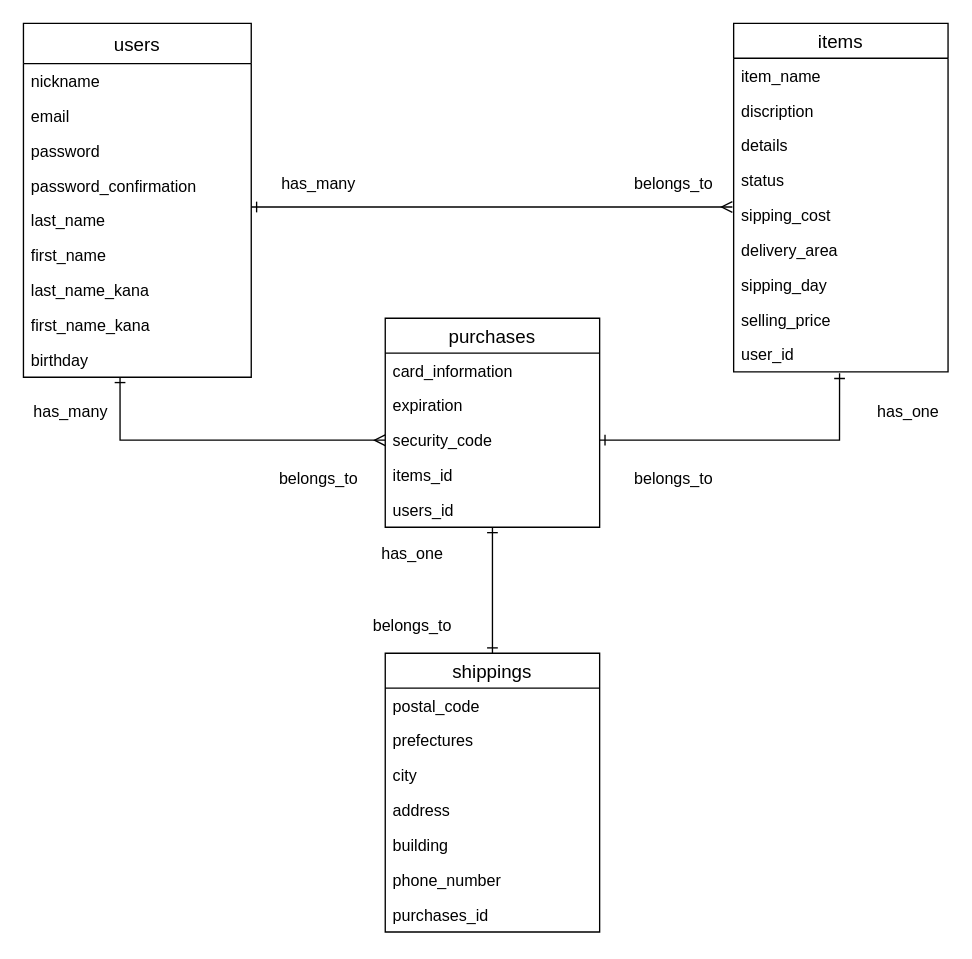
This is furima.dio from nao0313/furima-34535, a draw.io file, before an edit. Source tidied: cells renumbered, new cells numbered last; positions are measured from the earlier drawing's top-left corner, leaving out a move shared by most shapes. Both pictures are drawn from the tidied source at 134%, with x=0, y=0 at pixel (23, 23).
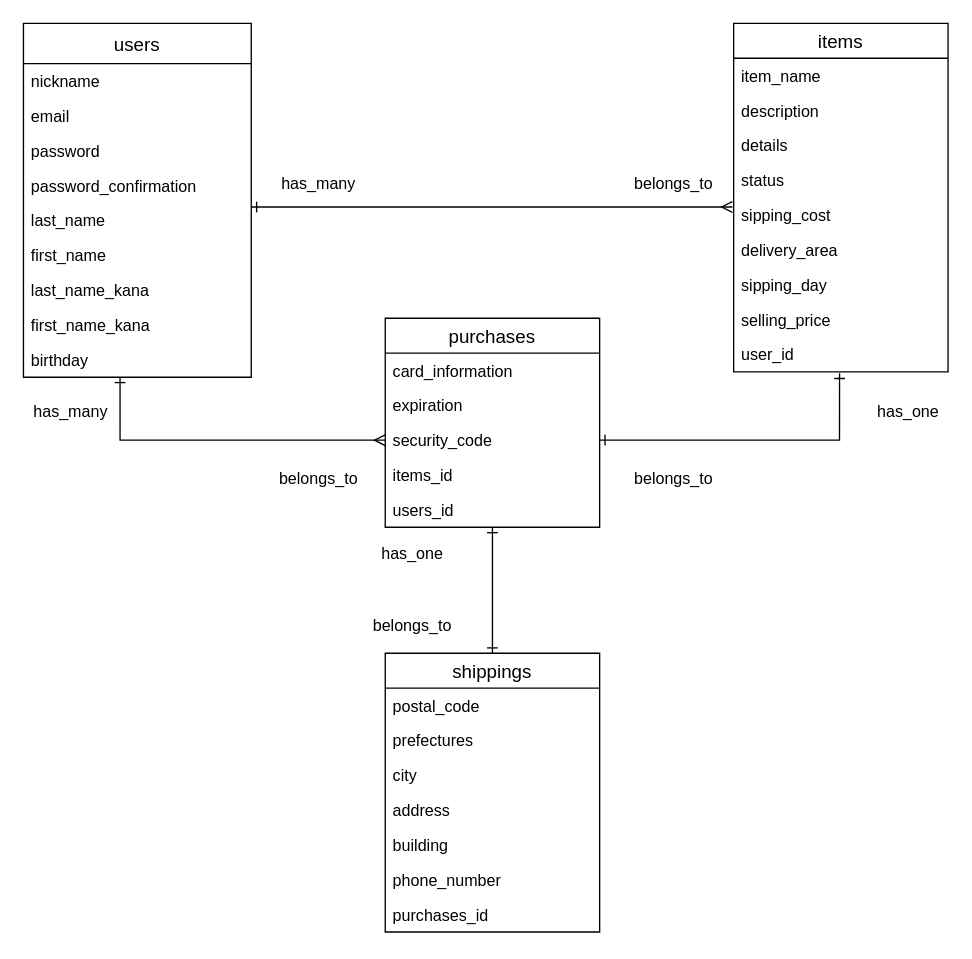
The same diagram, later.

The change refers to these unchanged cells:
```xml
<mxCell id="30" value="items" style="swimlane;fontStyle=0;horizontal=1;startSize=26;align=center;fontSize=14;" parent="1" vertex="1">
  <mxGeometry x="530" width="160" height="260" as="geometry" />
</mxCell>
```

The edit, as a diff of the source:
```diff
@@
-    <mxCell id="32" value="discription" style="text;strokeColor=none;fillColor=none;spacingLeft=4;spacingRight=4;overflow=hidden;fontSize=12;" parent="30" vertex="1">
+    <mxCell id="32" value="description" style="text;strokeColor=none;fillColor=none;spacingLeft=4;spacingRight=4;overflow=hidden;fontSize=12;" parent="30" vertex="1">
       <mxGeometry y="52" width="160" height="26" as="geometry" />
     </mxCell>
```
